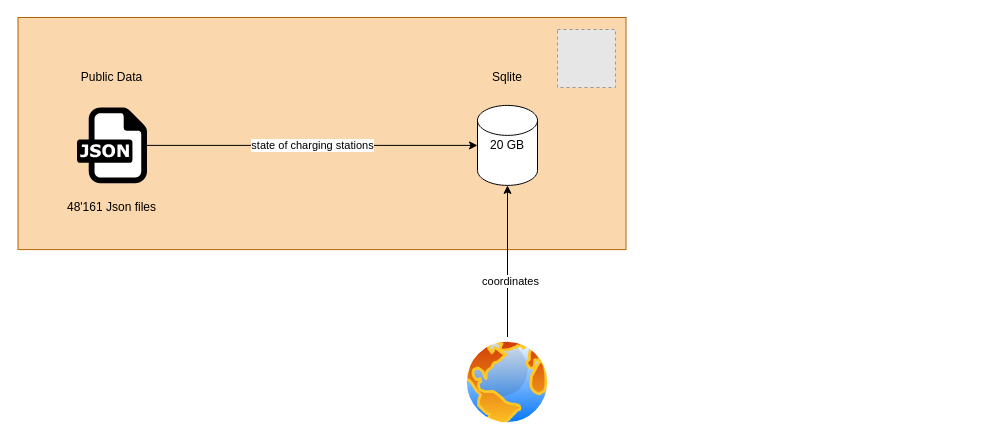
The draw.io diagram data_engineering_diemo/drawio_xml.drawio in magnetilo/energy_hackdays_2020_05_emob_behavior_analysis, before the edit. Source tidied: cells renumbered, new cells numbered last; positions are measured from the earlier drawing's top-left corner, leaving out a move shared by most shapes. Both pictures are drawn from the tidied source at 100%, with x=0, y=0 at pixel (17, 17). Pictures stored in the file or linked from it are replaced by grey dashed boxes.
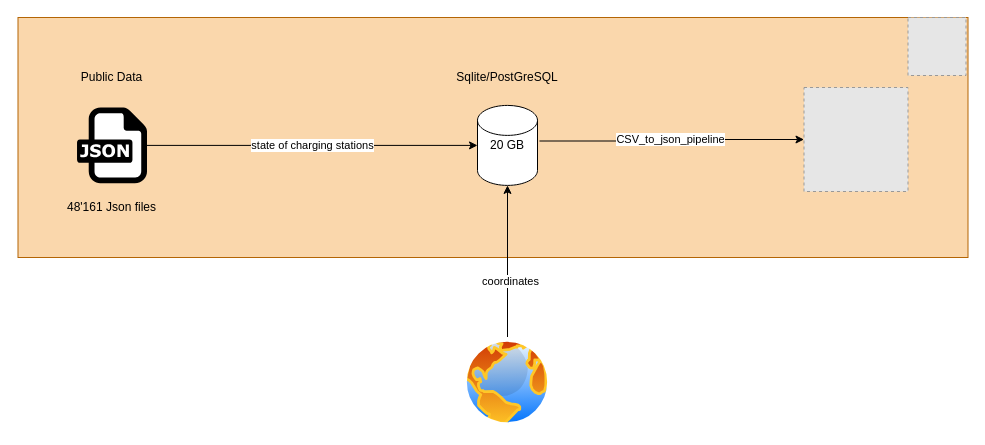
The same diagram, later.

The edit, as a diff of the source:
```diff
@@
 <mxGraphModel>
   <root>
     <mxCell id="0" />
     <mxCell id="1" parent="0" />
     <mxCell id="2" style="rounded=0;whiteSpace=wrap;html=1;fillColor=#fad7ac;strokeColor=#b46504;" parent="1" vertex="1">
-      <mxGeometry x="0.5" width="608" height="232.1" as="geometry" />
+      <mxGeometry x="0.5" width="950" height="240" as="geometry" />
     </mxCell>
     <mxCell id="3" value="state of charging stations" style="edgeStyle=orthogonalEdgeStyle;rounded=0;jettySize=auto;html=1;" parent="1" edge="1" source="4" target="7">
       <mxGeometry relative="1" as="geometry" />
     </mxCell>
     <mxCell id="4" style="dashed=0;outlineConnect=0;html=1;align=center;labelPosition=center;verticalLabelPosition=bottom;verticalAlign=top;shape=mxgraph.weblogos.json;" parent="1" vertex="1">
       <mxGeometry x="59.5" y="90" width="70" height="75.8" as="geometry" />
     </mxCell>
     <mxCell id="5" value="48'161 Json files" style="text;html=1;strokeColor=none;fillColor=none;align=center;verticalAlign=middle;whiteSpace=wrap;rounded=0;" parent="1" vertex="1">
       <mxGeometry x="47" y="180" width="95" height="20" as="geometry" />
     </mxCell>
     <mxCell id="6" value="Public Data" style="text;html=1;strokeColor=none;fillColor=none;align=center;verticalAlign=middle;whiteSpace=wrap;rounded=0;" parent="1" vertex="1">
       <mxGeometry x="57" y="50" width="75" height="20" as="geometry" />
     </mxCell>
     <mxCell id="7" value="20 GB" style="shape=cylinder2;whiteSpace=wrap;html=1;boundedLbl=1;backgroundOutline=1;size=15;" parent="1" vertex="1">
       <mxGeometry x="460" y="87.9" width="60" height="80" as="geometry" />
     </mxCell>
     <mxCell id="8" style="fillColor=#E6E6E6;strokeColor=#999999;dashed=1;html=1;verticalAlign=top;verticalLabelPosition=bottom;labelBackgroundColor=#ffffff;" parent="1" vertex="1">
-      <mxGeometry x="540" y="12" width="58" height="58" as="geometry" />
+      <mxGeometry x="890.5" width="58" height="58" as="geometry" />
     </mxCell>
     <mxCell id="9" style="edgeStyle=orthogonalEdgeStyle;rounded=0;jettySize=auto;html=1;" parent="1" edge="1" source="11" target="7">
       <mxGeometry relative="1" as="geometry" />
     </mxCell>
     <mxCell id="10" value="coordinates" style="edgeLabel;html=1;align=center;verticalAlign=middle;" parent="9" vertex="1">
       <mxGeometry y="-18" relative="1" as="geometry">
         <mxPoint x="-16" y="19" as="offset" />
       </mxGeometry>
     </mxCell>
     <mxCell id="11" style="perimeter=ellipsePerimeter;html=1;align=center;shadow=0;dashed=0;spacingTop=3;image;image=img/lib/active_directory/internet_globe.svg;" parent="1" vertex="1">
       <mxGeometry x="445" y="320" width="90" height="90" as="geometry" />
     </mxCell>
-    <mxCell id="12" value="Sqlite" style="text;html=1;strokeColor=none;fillColor=none;align=center;verticalAlign=middle;whiteSpace=wrap;rounded=0;" parent="1" vertex="1">
+    <mxCell id="12" value="Sqlite/PostGreSQL" style="text;html=1;strokeColor=none;fillColor=none;align=center;verticalAlign=middle;whiteSpace=wrap;rounded=0;" parent="1" vertex="1">
       <mxGeometry x="470" y="50" width="40" height="20" as="geometry" />
     </mxCell>
+    <mxCell id="13" value="CSV_to_json_pipeline" style="edgeStyle=orthogonalEdgeStyle;rounded=0;jettySize=auto;html=1;exitX=1.033;exitY=0.445;exitDx=0;exitDy=0;exitPerimeter=0;entryX=0;entryY=0.5;entryDx=0;entryDy=0;" parent="1" edge="1" source="7" target="14">
+      <mxGeometry relative="1" as="geometry" />
+    </mxCell>
+    <mxCell id="14" style="fillColor=#E6E6E6;strokeColor=#999999;dashed=1;html=1;verticalAlign=top;verticalLabelPosition=bottom;labelBackgroundColor=#ffffff;" parent="1" vertex="1">
+      <mxGeometry x="786.5" y="70" width="104" height="104" as="geometry" />
+    </mxCell>
   </root>
 </mxGraphModel>
```
